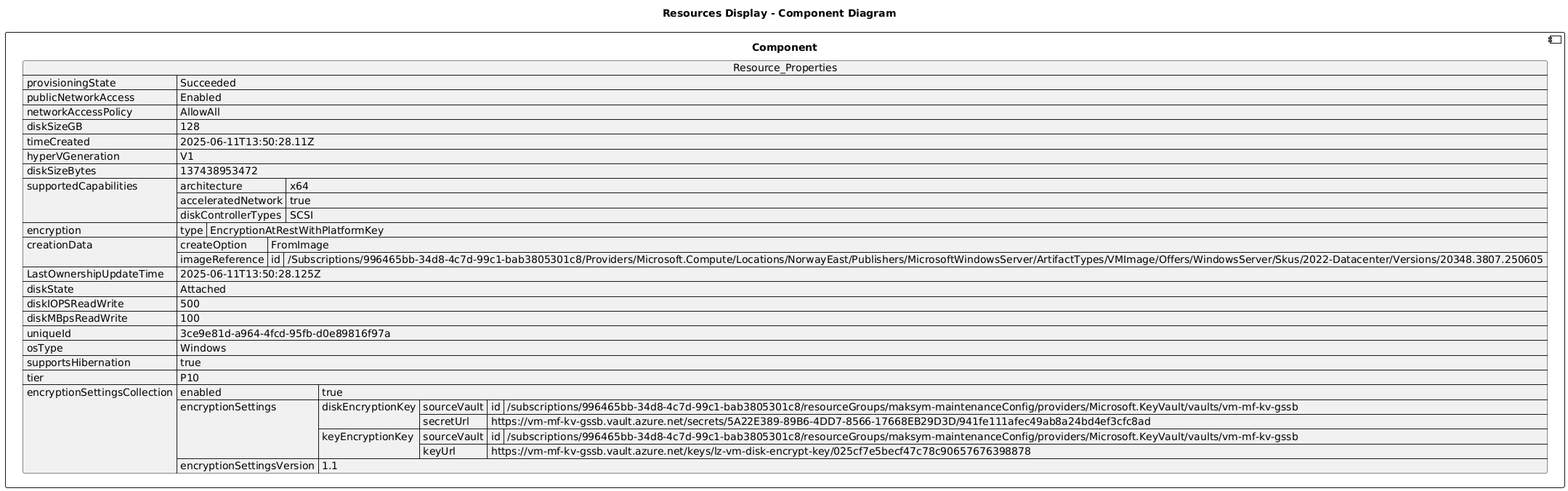
This is diagrams/vm_mf1_osdisk.png from DanielAmpong/Test-Azure-architecture-diagram, a PlantUML export, as it was before one commit.
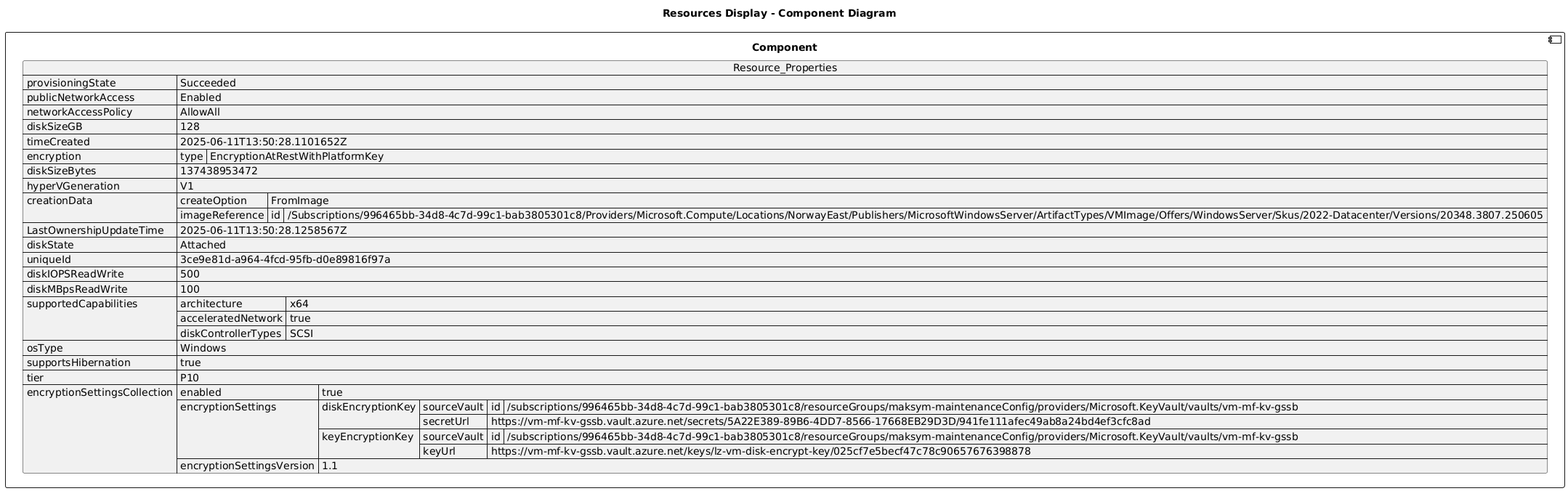
After the change.

The edit, as a diff of the source:
```diff
@@ -9,28 +9,28 @@
   "publicNetworkAccess": "Enabled",
   "networkAccessPolicy": "AllowAll",
   "diskSizeGB": 128,
-  "timeCreated": "2025-06-11T13:50:28.11Z",
-  "hyperVGeneration": "V1",
-  "diskSizeBytes": 137438953472,
-  "supportedCapabilities": {
-    "architecture": "x64",
-    "acceleratedNetwork": true,
-    "diskControllerTypes": "SCSI"
-  },
+  "timeCreated": "2025-06-11T13:50:28.1101652Z",
   "encryption": {
     "type": "EncryptionAtRestWithPlatformKey"
   },
+  "diskSizeBytes": 137438953472,
+  "hyperVGeneration": "V1",
   "creationData": {
     "createOption": "FromImage",
     "imageReference": {
       "id": "/Subscriptions/996465bb-34d8-4c7d-99c1-bab3805301c8/Providers/Microsoft.Compute/Locations/NorwayEast/Publishers/MicrosoftWindowsServer/ArtifactTypes/VMImage/Offers/WindowsServer/Skus/2022-Datacenter/Versions/20348.3807.250605"
     }
   },
-  "LastOwnershipUpdateTime": "2025-06-11T13:50:28.125Z",
+  "LastOwnershipUpdateTime": "2025-06-11T13:50:28.1258567Z",
   "diskState": "Attached",
+  "uniqueId": "3ce9e81d-a964-4fcd-95fb-d0e89816f97a",
   "diskIOPSReadWrite": 500,
   "diskMBpsReadWrite": 100,
-  "uniqueId": "3ce9e81d-a964-4fcd-95fb-d0e89816f97a",
+  "supportedCapabilities": {
+    "architecture": "x64",
+    "acceleratedNetwork": true,
+    "diskControllerTypes": "SCSI"
+  },
   "osType": "Windows",
   "supportsHibernation": true,
   "tier": "P10",
```
